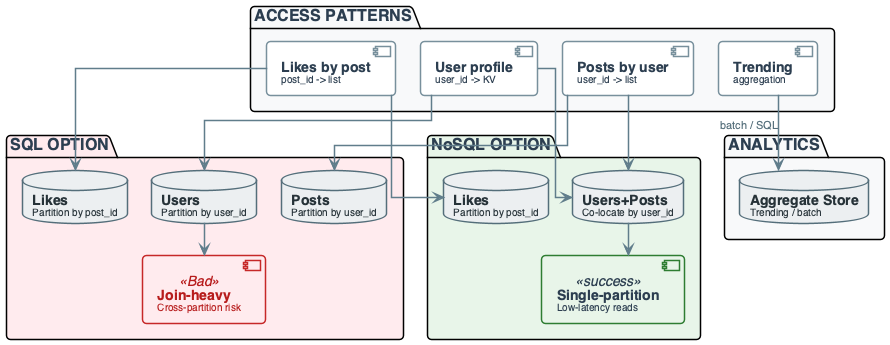
The PlantUML diagram diagrams/week02/week2_practice_slide18_architecture.png in OrPerets/data-engineering-course, before a commit.
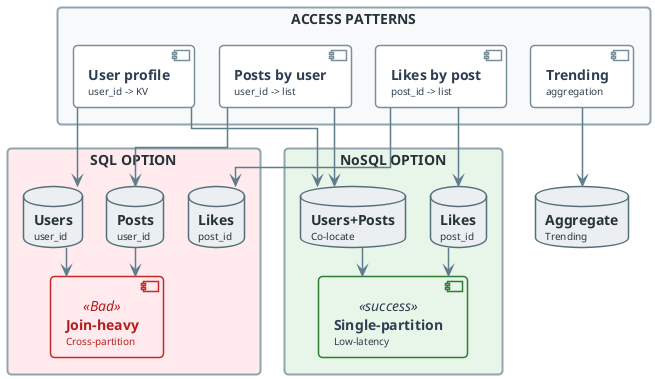
Above is the later version.

Change to the diagram source:
```diff
@@ -118,38 +118,45 @@
 }
 
 
-package "ACCESS PATTERNS" #F8F9FA {
+
+rectangle "ACCESS PATTERNS" #F8F9FA {
     component "**User profile**\n<size:10>user_id -> KV</size>" as AP1
     component "**Posts by user**\n<size:10>user_id -> list</size>" as AP2
     component "**Likes by post**\n<size:10>post_id -> list</size>" as AP3
     component "**Trending**\n<size:10>aggregation</size>" as AP4
+    AP1 -[hidden]right- AP2
+    AP2 -[hidden]right- AP3
+    AP3 -[hidden]right- AP4
 }
 
-package "SQL OPTION" #FFEBEE {
-    database "**Users**\n<size:10>Partition by user_id</size>" as USQL
-    database "**Posts**\n<size:10>Partition by user_id</size>" as PSQL
-    database "**Likes**\n<size:10>Partition by post_id</size>" as LSQL
-    component "**Join-heavy**\n<size:10>Cross-partition risk</size>" as SQLJOIN <<Bad>>
+rectangle "SQL OPTION" #FFEBEE {
+    database "**Users**\n<size:10>user_id</size>" as USQL
+    database "**Posts**\n<size:10>user_id</size>" as PSQL
+    database "**Likes**\n<size:10>post_id</size>" as LSQL
+    component "**Join-heavy**\n<size:10>Cross-partition</size>" as SQLJOIN <<Bad>>
+    USQL -[hidden]right- PSQL
+    PSQL -[hidden]right- LSQL
 }
 
-package "NoSQL OPTION" #E8F5E9 {
-    database "**Users+Posts**\n<size:10>Co-locate by user_id</size>" as UNOSQL
-    database "**Likes**\n<size:10>Partition by post_id</size>" as LNOSQL
-    component "**Single-partition**\n<size:10>Low-latency reads</size>" as NOSQLFAST <<success>>
+rectangle "NoSQL OPTION" #E8F5E9 {
+    database "**Users+Posts**\n<size:10>Co-locate</size>" as UNOSQL
+    database "**Likes**\n<size:10>post_id</size>" as LNOSQL
+    component "**Single-partition**\n<size:10>Low-latency</size>" as NOSQLFAST <<success>>
+    UNOSQL -[hidden]right- LNOSQL
 }
 
-package "ANALYTICS" #F8F9FA {
-    database "**Aggregate Store**\n<size:10>Trending / batch</size>" as AGG
-}
+database "**Aggregate**\n<size:10>Trending</size>" as AGG
 
-AP1 --> USQL
-AP1 --> UNOSQL
-AP2 --> PSQL
-AP2 --> UNOSQL
-AP3 --> LSQL
-AP3 --> LNOSQL
-AP4 --> AGG : "batch / SQL"
-USQL --> SQLJOIN
-UNOSQL --> NOSQLFAST
+AP1 -down-> USQL
+AP1 -down-> UNOSQL
+AP2 -down-> PSQL
+AP2 -down-> UNOSQL
+AP3 -down-> LSQL
+AP3 -down-> LNOSQL
+AP4 -down-> AGG
+USQL -down-> SQLJOIN
+PSQL -down-> SQLJOIN
+UNOSQL -down-> NOSQLFAST
+LNOSQL -down-> NOSQLFAST
 
 @enduml
```
